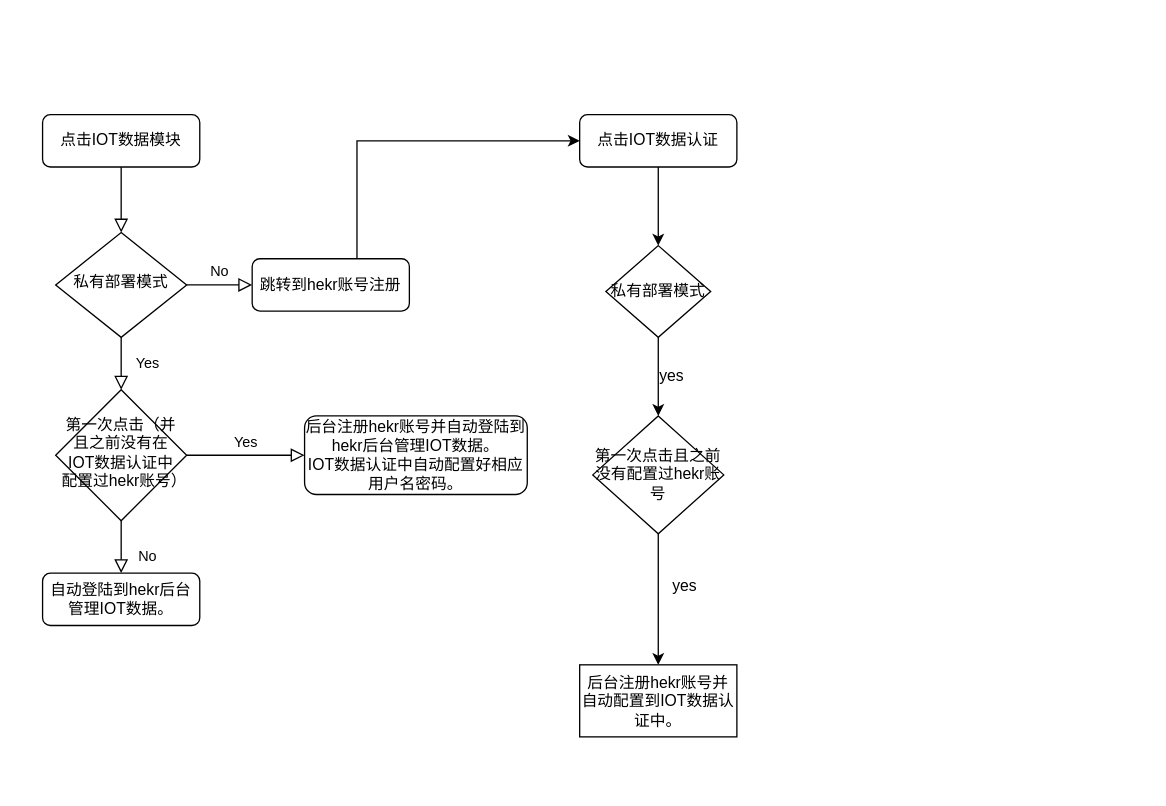
This is hekr二期融合.drawio from brightzoe/IMG, a draw.io file, before an edit. Source tidied: cells renumbered, new cells numbered last; positions are measured from the earlier drawing's top-left corner, leaving out a move shared by most shapes. Both pictures are drawn from the tidied source at 131%, with x=0, y=0 at pixel (42, 114).
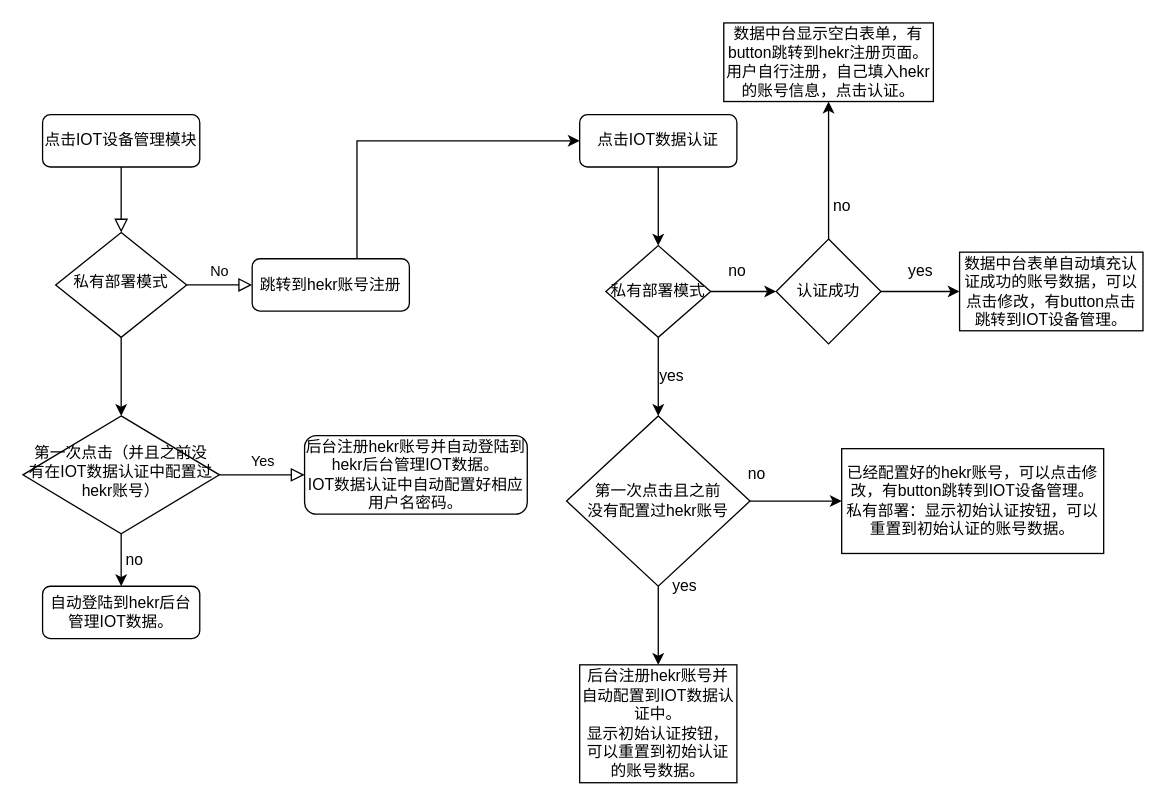
The same diagram, later.

Commit message:
更新hekr二期融合.drawio

The change refers to these unchanged cells:
```xml
<mxCell id="6" value="私有部署模式" style="rhombus;whiteSpace=wrap;html=1;shadow=0;fontFamily=Helvetica;fontSize=12;align=center;strokeWidth=1;spacing=6;spacingTop=-4;" parent="1" vertex="1">
  <mxGeometry x="10" y="90" width="100" height="80" as="geometry" />
</mxCell>
<mxCell id="8" value="跳转到hekr账号注册" style="rounded=1;whiteSpace=wrap;html=1;fontSize=12;glass=0;strokeWidth=1;shadow=0;" parent="1" vertex="1">
  <mxGeometry x="160" y="110" width="120" height="40" as="geometry" />
</mxCell>
<mxCell id="17" value="私有部署模式" style="rhombus;whiteSpace=wrap;html=1;" parent="1" vertex="1">
  <mxGeometry x="430" y="100" width="80" height="70" as="geometry" />
</mxCell>
```

Change to the diagram source:
```diff
@@
-    <mxCell id="3" value="点击IOT数据模块" style="rounded=1;whiteSpace=wrap;html=1;fontSize=12;glass=0;strokeWidth=1;shadow=0;" parent="1" vertex="1">
+    <mxCell id="3" value="点击IOT设备管理模块" style="rounded=1;whiteSpace=wrap;html=1;fontSize=12;glass=0;strokeWidth=1;shadow=0;" parent="1" vertex="1">
       <mxGeometry width="120" height="40" as="geometry" />
     </mxCell>
+    <mxCell id="5" value="No" style="edgeStyle=orthogonalEdgeStyle;rounded=0;html=1;jettySize=auto;fontSize=11;endArrow=block;endFill=0;endSize=8;strokeWidth=1;shadow=0;labelBackgroundColor=none;" parent="1" edge="1" source="6" target="8">
+      <mxGeometry y="10" relative="1" as="geometry" />
+    </mxCell>
-    <mxCell id="4" value="Yes" style="rounded=0;html=1;jettySize=auto;fontSize=11;endArrow=block;endFill=0;endSize=8;strokeWidth=1;shadow=0;labelBackgroundColor=none;edgeStyle=orthogonalEdgeStyle;" parent="1" edge="1" source="6" target="11">
-      <mxGeometry y="20" relative="1" as="geometry" />
+    <mxCell id="4" style="edgeStyle=orthogonalEdgeStyle;rounded=0;jettySize=auto;html=1;" parent="1" edge="1" source="6" target="11">
+      <mxGeometry relative="1" as="geometry" />
     </mxCell>
-    <mxCell id="5" value="No" style="edgeStyle=orthogonalEdgeStyle;rounded=0;html=1;jettySize=auto;fontSize=11;endArrow=block;endFill=0;endSize=8;strokeWidth=1;shadow=0;labelBackgroundColor=none;" parent="1" edge="1" source="6" target="8">
-      <mxGeometry y="10" relative="1" as="geometry" />
-    </mxCell>
@@
+    <mxCell id="10" value="Yes" style="edgeStyle=orthogonalEdgeStyle;rounded=0;html=1;jettySize=auto;fontSize=11;endArrow=block;endFill=0;endSize=8;strokeWidth=1;shadow=0;labelBackgroundColor=none;" parent="1" edge="1" source="11" target="13">
+      <mxGeometry y="10" relative="1" as="geometry" />
+    </mxCell>
-    <mxCell id="9" value="No" style="rounded=0;html=1;jettySize=auto;fontSize=11;endArrow=block;endFill=0;endSize=8;strokeWidth=1;shadow=0;labelBackgroundColor=none;edgeStyle=orthogonalEdgeStyle;" parent="1" edge="1" source="11" target="12">
-      <mxGeometry x="0.33" y="20" relative="1" as="geometry" />
+    <mxCell id="9" style="edgeStyle=orthogonalEdgeStyle;rounded=0;jettySize=auto;html=1;" parent="1" edge="1" source="11" target="12">
+      <mxGeometry relative="1" as="geometry" />
     </mxCell>
-    <mxCell id="10" value="Yes" style="edgeStyle=orthogonalEdgeStyle;rounded=0;html=1;jettySize=auto;fontSize=11;endArrow=block;endFill=0;endSize=8;strokeWidth=1;shadow=0;labelBackgroundColor=none;" parent="1" edge="1" source="11" target="13">
-      <mxGeometry y="10" relative="1" as="geometry" />
-    </mxCell>
     <mxCell id="11" value="第一次点击（并且之前没有在IOT数据认证中配置过hekr账号）" style="rhombus;whiteSpace=wrap;html=1;shadow=0;fontFamily=Helvetica;fontSize=12;align=center;strokeWidth=1;spacing=6;spacingTop=-4;" parent="1" vertex="1">
-      <mxGeometry x="10" y="210" width="100" height="100" as="geometry" />
+      <mxGeometry x="-15" y="230" width="150" height="90" as="geometry" />
     </mxCell>
     <mxCell id="12" value="自动登陆到hekr后台管理IOT数据。" style="rounded=1;whiteSpace=wrap;html=1;fontSize=12;glass=0;strokeWidth=1;shadow=0;" parent="1" vertex="1">
-      <mxGeometry y="350" width="120" height="40" as="geometry" />
+      <mxGeometry y="360" width="120" height="40" as="geometry" />
     </mxCell>
     <mxCell id="13" value="后台注册hekr账号并自动登陆到hekr后台管理IOT数据。&lt;br&gt;IOT数据认证中自动配置好相应用户名密码。" style="rounded=1;whiteSpace=wrap;html=1;fontSize=12;glass=0;strokeWidth=1;shadow=0;" parent="1" vertex="1">
-      <mxGeometry x="200" y="230" width="170" height="60" as="geometry" />
+      <mxGeometry x="200" y="245" width="170" height="60" as="geometry" />
     </mxCell>
@@
+    <mxCell id="23" style="edgeStyle=orthogonalEdgeStyle;rounded=0;jettySize=auto;html=1;" parent="1" edge="1" source="17">
+      <mxGeometry relative="1" as="geometry">
+        <mxPoint x="560" y="135" as="targetPoint" />
+      </mxGeometry>
+    </mxCell>
@@
+    <mxCell id="24" style="edgeStyle=orthogonalEdgeStyle;rounded=0;jettySize=auto;html=1;" parent="1" edge="1" source="19" target="26">
+      <mxGeometry relative="1" as="geometry">
+        <Array as="points">
+          <mxPoint x="570" y="295" />
+          <mxPoint x="570" y="295" />
+        </Array>
+      </mxGeometry>
+    </mxCell>
-    <mxCell id="19" value="第一次点击且之前没有配置过hekr账号" style="rhombus;whiteSpace=wrap;html=1;" parent="1" vertex="1">
-      <mxGeometry x="420" y="230" width="100" height="90" as="geometry" />
+    <mxCell id="19" value="第一次点击且之前&lt;br&gt;没有配置过hekr账号" style="rhombus;whiteSpace=wrap;html=1;" parent="1" vertex="1">
+      <mxGeometry x="400" y="230" width="140" height="130" as="geometry" />
     </mxCell>
@@
-    <mxCell id="21" value="后台注册hekr账号并自动配置到IOT数据认证中。" style="whiteSpace=wrap;html=1;" parent="1" vertex="1">
-      <mxGeometry x="410" y="420" width="120" height="55" as="geometry" />
+    <mxCell id="21" value="后台注册hekr账号并自动配置到IOT数据认证中。&lt;br&gt;显示初始认证按钮，可以重置到初始认证的账号数据。" style="whiteSpace=wrap;html=1;" parent="1" vertex="1">
+      <mxGeometry x="410" y="420" width="120" height="90" as="geometry" />
     </mxCell>
@@
+    <mxCell id="25" value="no" style="text;html=1;align=center;verticalAlign=middle;" parent="1" vertex="1">
+      <mxGeometry x="515" y="110" width="30" height="20" as="geometry" />
+    </mxCell>
+    <mxCell id="26" value="已经配置好的hekr账号，可以点击修改，有button跳转到IOT设备管理。&lt;br&gt;私有部署：显示初始认证按钮，可以重置到初始认证的账号数据。" style="whiteSpace=wrap;html=1;" parent="1" vertex="1">
+      <mxGeometry x="610" y="255" width="200" height="80" as="geometry" />
+    </mxCell>
+    <mxCell id="27" value="no" style="text;html=1;align=center;verticalAlign=middle;" parent="1" vertex="1">
+      <mxGeometry x="530" y="265" width="30" height="20" as="geometry" />
+    </mxCell>
+    <mxCell id="28" value="no" style="text;html=1;align=center;verticalAlign=middle;" parent="1" vertex="1">
+      <mxGeometry x="55" y="330" width="30" height="20" as="geometry" />
+    </mxCell>
+    <mxCell id="29" style="edgeStyle=orthogonalEdgeStyle;rounded=0;jettySize=auto;html=1;" parent="1" edge="1" source="31" target="32">
+      <mxGeometry relative="1" as="geometry" />
+    </mxCell>
+    <mxCell id="30" style="edgeStyle=orthogonalEdgeStyle;rounded=0;jettySize=auto;html=1;" parent="1" edge="1" source="31" target="34">
+      <mxGeometry relative="1" as="geometry" />
+    </mxCell>
+    <mxCell id="31" value="认证成功" style="rhombus;whiteSpace=wrap;html=1;" parent="1" vertex="1">
+      <mxGeometry x="560" y="95" width="80" height="80" as="geometry" />
+    </mxCell>
+    <mxCell id="32" value="数据中台表单自动填充认证成功的账号数据，可以点击修改，有button点击跳转到IOT设备管理。" style="whiteSpace=wrap;html=1;" parent="1" vertex="1">
+      <mxGeometry x="700" y="105" width="140" height="60" as="geometry" />
+    </mxCell>
+    <mxCell id="33" value="yes&lt;br&gt;" style="text;html=1;align=center;verticalAlign=middle;" parent="1" vertex="1">
+      <mxGeometry x="655" y="110" width="30" height="20" as="geometry" />
+    </mxCell>
+    <mxCell id="34" value="数据中台显示空白表单，有button跳转到hekr注册页面。用户自行注册，自己填入hekr的账号信息，点击认证。" style="whiteSpace=wrap;html=1;" parent="1" vertex="1">
+      <mxGeometry x="520" y="-70" width="160" height="60" as="geometry" />
+    </mxCell>
+    <mxCell id="35" value="no&lt;br&gt;" style="text;html=1;align=center;verticalAlign=middle;" parent="1" vertex="1">
+      <mxGeometry x="595" y="60" width="30" height="20" as="geometry" />
+    </mxCell>
```
